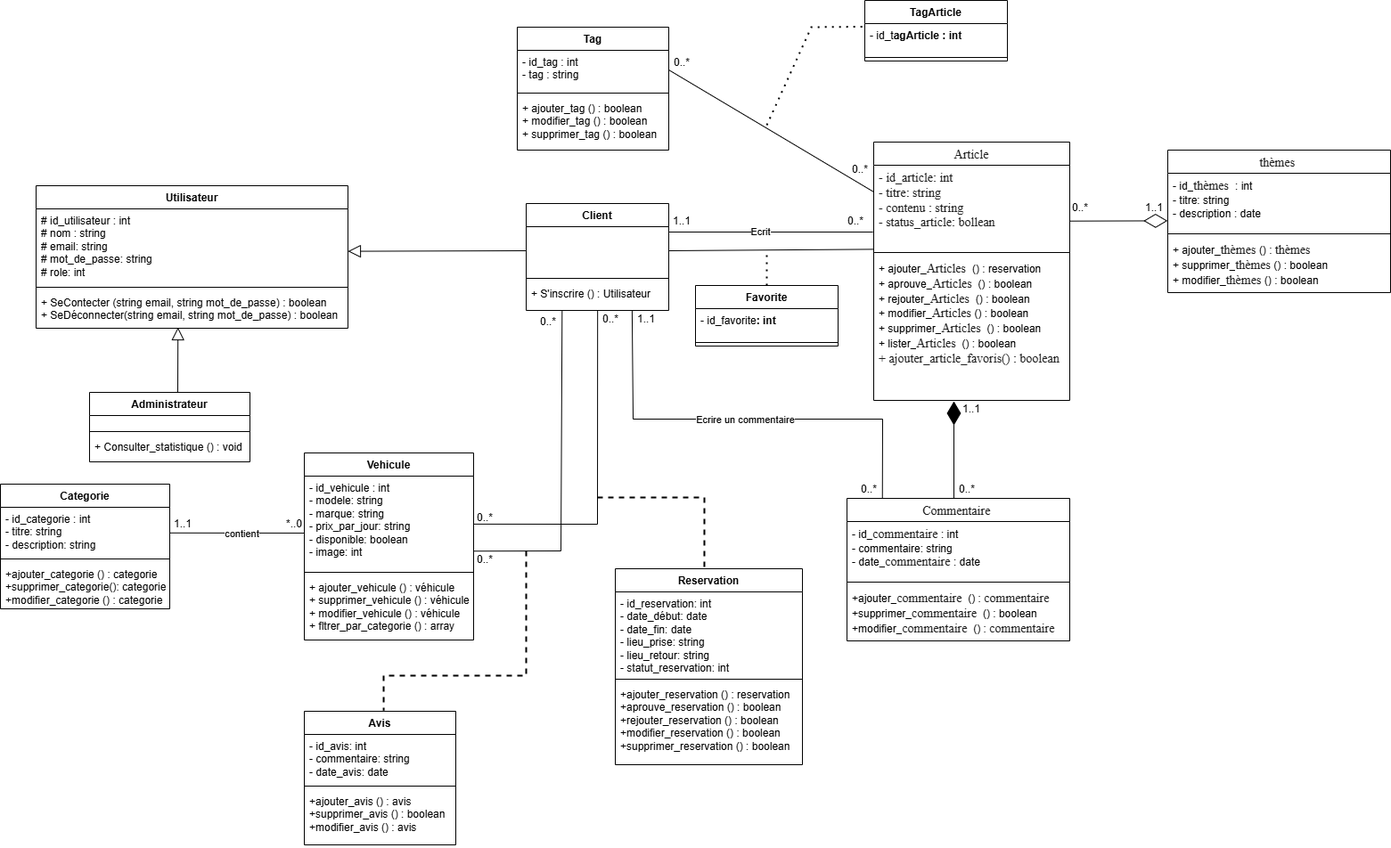
Earlier version of the draw.io export Modelisation/Diagramme_de_classe.png (AZIZABADA10/Location_de_voiture). Source tidied: cells renumbered, new cells last; positions are measured from the earlier drawing's top-left corner, leaving out a move shared by most shapes.
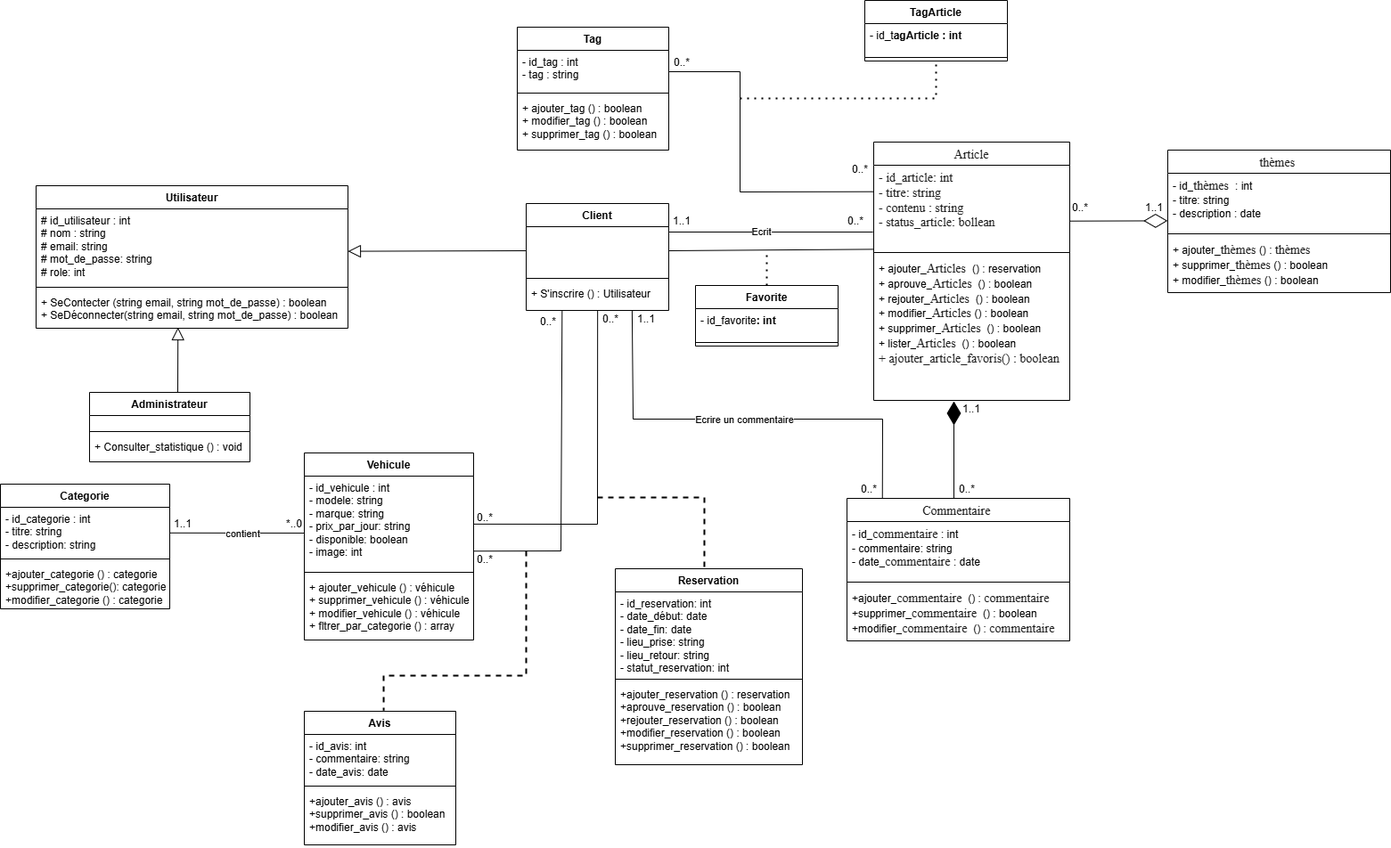
After the change.

Commit message:
Update class diagram

What changed in the source:
```diff
@@ -224,14 +224,19 @@
     <mxCell id="68" value="+ ajouter_tag () : boolean&lt;div&gt;+ modifier_tag () : boolean&lt;/div&gt;&lt;div&gt;+ supprimer_tag () : boolean&lt;/div&gt;" style="text;strokeColor=none;fillColor=none;align=left;verticalAlign=top;spacingLeft=4;spacingRight=4;overflow=hidden;whiteSpace=wrap;html=1;" parent="65" vertex="1">
       <mxGeometry y="78" width="170" height="60" as="geometry" />
     </mxCell>
-    <mxCell id="69" style="endArrow=none;html=1;rounded=0;exitX=1;exitY=0.5;exitDx=0;exitDy=0;entryX=-0.002;entryY=0.316;entryDx=0;entryDy=0;entryPerimeter=0;" parent="1" edge="1" source="66" target="45">
-      <mxGeometry relative="1" as="geometry" />
+    <mxCell id="69" style="endArrow=none;html=1;rounded=0;exitX=0;exitY=1;exitDx=0;exitDy=0;entryX=-0.002;entryY=0.316;entryDx=0;entryDy=0;entryPerimeter=0;" parent="1" edge="1" source="74" target="45">
+      <mxGeometry relative="1" as="geometry">
+        <Array as="points">
+          <mxPoint x="830" y="80" />
+          <mxPoint x="830" y="215" />
+        </Array>
+      </mxGeometry>
     </mxCell>
-    <mxCell id="70" style="endArrow=none;dashed=1;html=1;dashPattern=1 3;strokeWidth=2;rounded=0;entryX=0;entryY=0.101;entryDx=0;entryDy=0;entryPerimeter=0;" parent="1" edge="1" target="72">
+    <mxCell id="70" style="endArrow=none;dashed=1;html=1;dashPattern=1 3;strokeWidth=2;rounded=0;entryX=0.5;entryY=1;entryDx=0;entryDy=0;" parent="1" edge="1" target="71">
       <mxGeometry relative="1" as="geometry">
-        <mxPoint x="860" y="140" as="sourcePoint" />
+        <mxPoint x="830" y="110" as="sourcePoint" />
         <Array as="points">
-          <mxPoint x="910" y="30" />
+          <mxPoint x="1050" y="110" />
         </Array>
       </mxGeometry>
     </mxCell>
```
